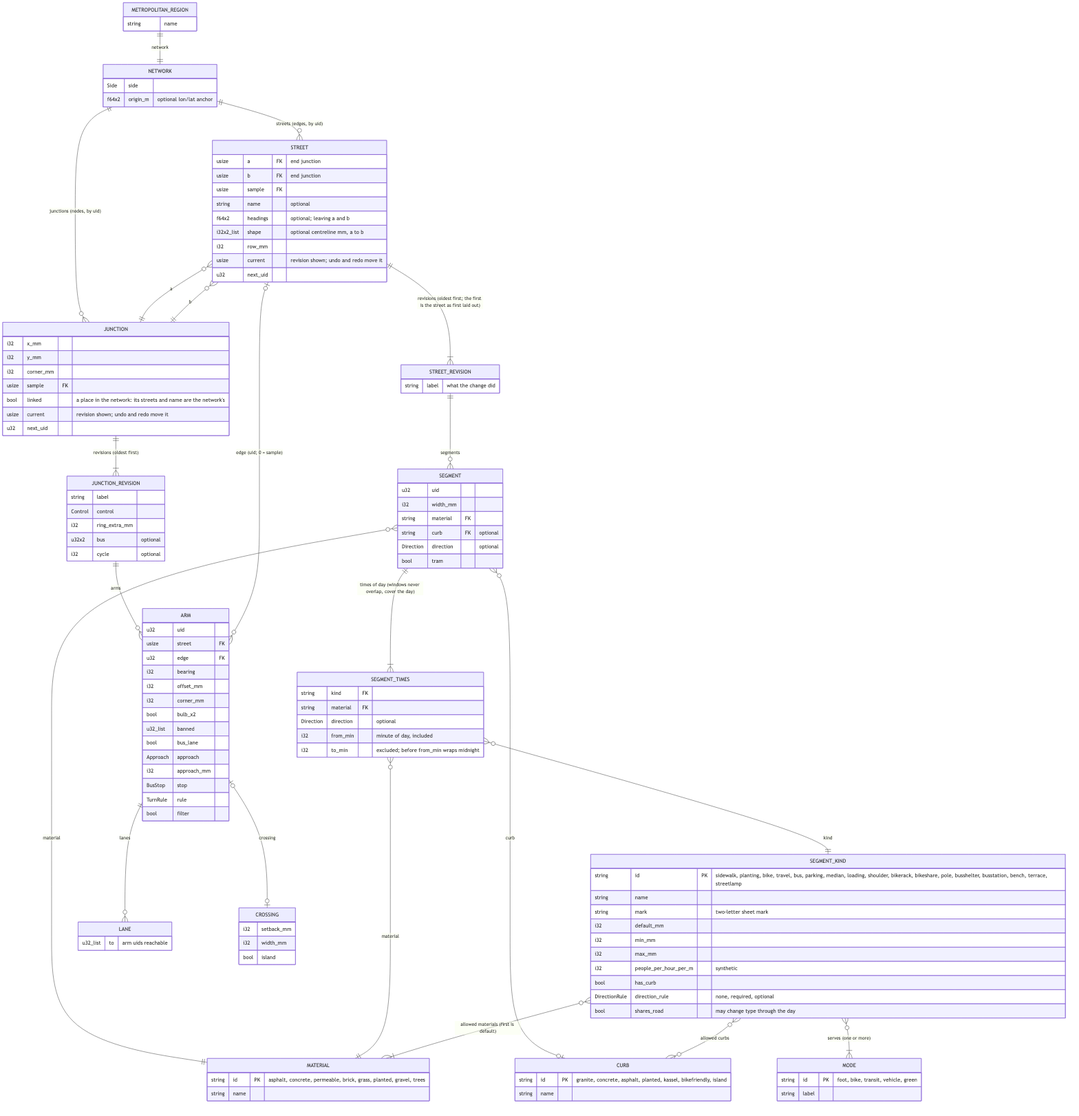
alandovskis/cityloom keeps this Mermaid diagram as docs/erd.png. Above is the earlier version. Its source is kept beside it as docs/erd.mmd.
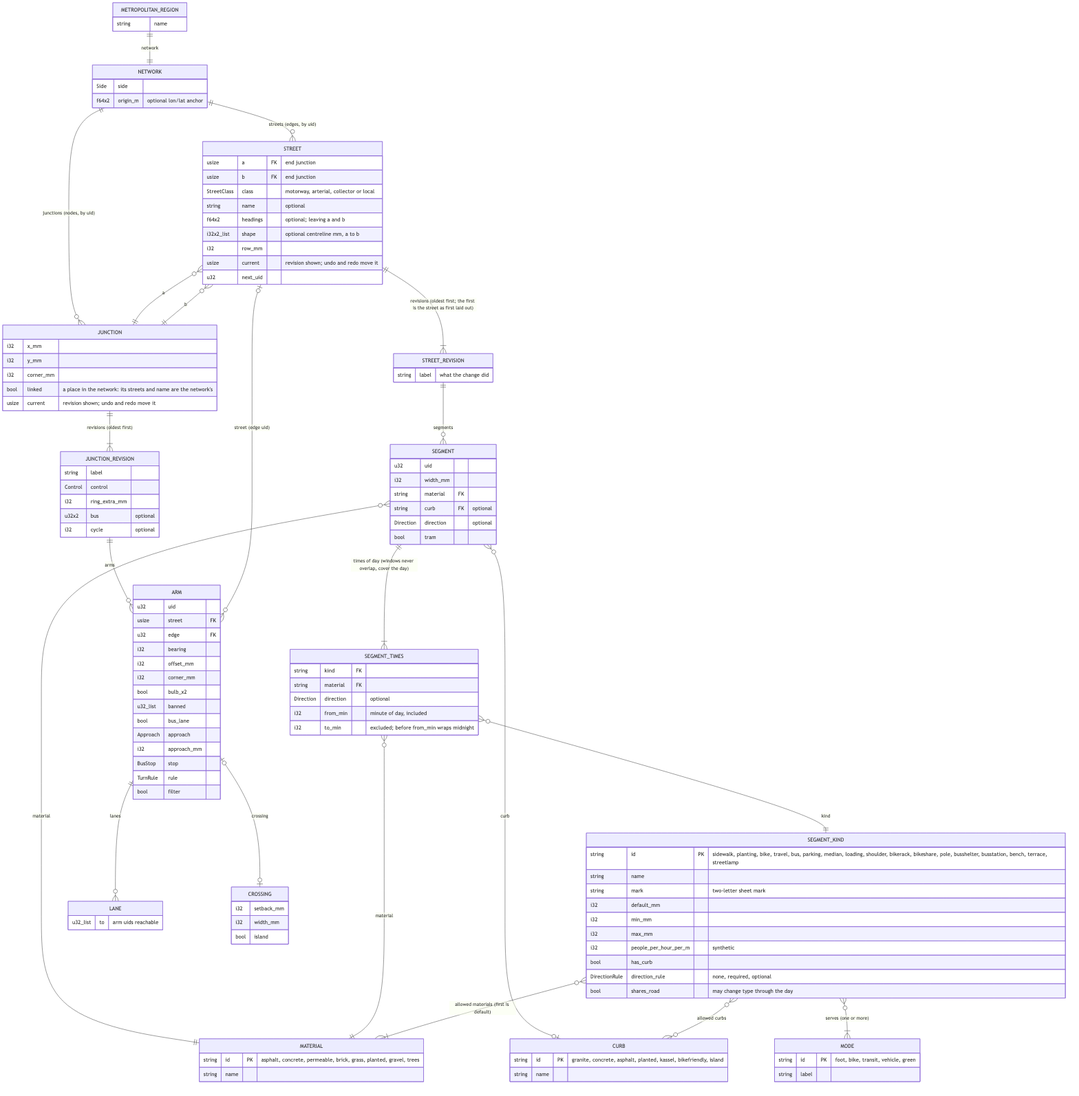
After the change.

Commit message:
docs(erd): a street has a class, and no junction or street is a sample

Diff of the diagram source:
```diff
@@ -19,7 +19,7 @@
     SEGMENT_KIND }o--|{ MODE : "serves (one or more)"
 
     JUNCTION_REVISION ||--o{ ARM : arms
-    ARM }o--o| STREET : "edge (uid; 0 = sample)"
+    ARM }o--o| STREET : "street (edge uid)"
     ARM ||--o{ LANE : lanes
     ARM |o--o| CROSSING : crossing
 
@@ -33,7 +33,7 @@
     STREET {
         usize a FK "end junction"
         usize b FK "end junction"
-        usize sample FK
+        StreetClass class "motorway, arterial, collector or local"
         string name "optional"
         f64x2 headings "optional; leaving a and b"
         i32x2_list shape "optional centreline mm, a to b"
@@ -87,10 +87,8 @@
         i32 x_mm
         i32 y_mm
         i32 corner_mm
-        usize sample FK
         bool linked "a place in the network: its streets and name are the network's"
         usize current "revision shown; undo and redo move it"
-        u32 next_uid
     }
     JUNCTION_REVISION {
         string label
```
